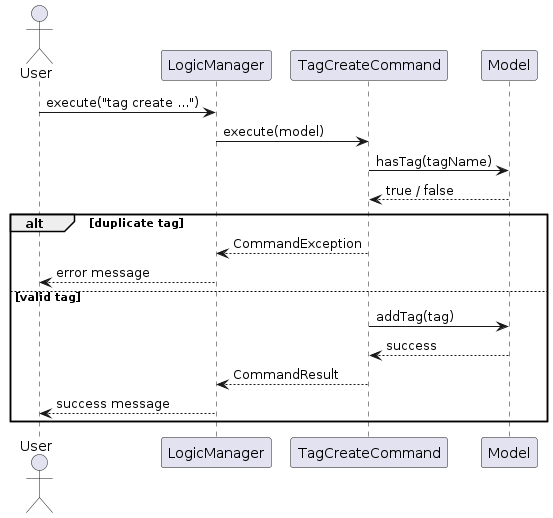
Earlier version of the PlantUML export diagrams/tag/TagCreateSequenceDiagram.png (AY2526S2-CS2103-T11-1/tp). Its source is kept beside it as diagrams/tag/TagCreateSequenceDiagram.puml. Source of this version:
```plantuml
@startuml

actor User
participant "LogicManager" as Logic
participant "TagCreateCommand" as Command
participant "Model" as Model

User -> Logic : execute("tag create ...")
Logic -> Command : execute(model)

Command -> Model : hasTag(tagName)
Model --> Command : true / false

alt duplicate tag
    Command --> Logic : CommandException
    Logic --> User : error message
else valid tag
    Command -> Model : addTag(tag)
    Model --> Command : success
    Command --> Logic : CommandResult
    Logic --> User : success message
end

@enduml
```
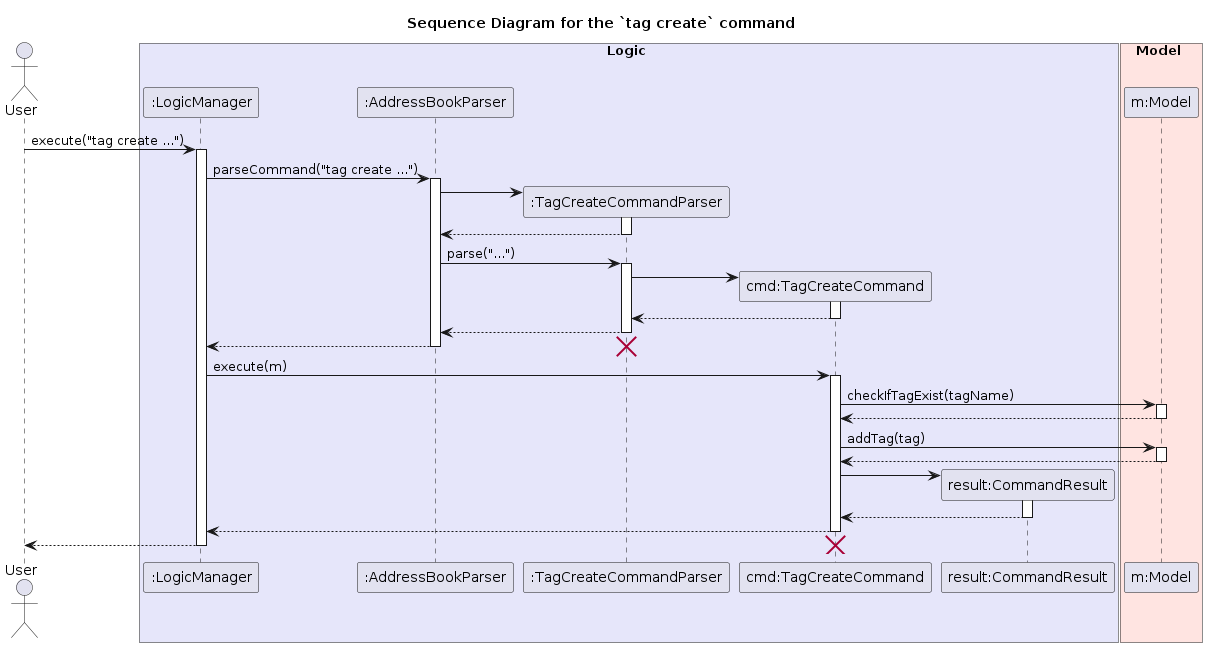
After the commit.

Diff of the diagram source:
```diff
@@ -1,24 +1,74 @@
 @startuml
+title Sequence Diagram for the `tag create` command
 
 actor User
-participant "LogicManager" as Logic
-participant "TagCreateCommand" as Command
-participant "Model" as Model
+
+box Logic #E6E6FA
+participant ":LogicManager" as Logic
+participant ":AddressBookParser" as ABParser
+participant ":TagCreateCommandParser" as Parser
+participant "cmd:TagCreateCommand" as Command
+participant "result:CommandResult" as Result
+end box
+
+box Model #FFE4E1
+participant "m:Model" as Model
+end box
 
 User -> Logic : execute("tag create ...")
-Logic -> Command : execute(model)
+activate Logic
 
-Command -> Model : hasTag(tagName)
-Model --> Command : true / false
+Logic -> ABParser : parseCommand("tag create ...")
+activate ABParser
 
-alt duplicate tag
-    Command --> Logic : CommandException
-    Logic --> User : error message
-else valid tag
-    Command -> Model : addTag(tag)
-    Model --> Command : success
-    Command --> Logic : CommandResult
-    Logic --> User : success message
-end
+create Parser
+ABParser -> Parser
+activate Parser
+
+ABParser <-- Parser
+deactivate Parser
+
+ABParser -> Parser : parse("...")
+activate Parser
+
+create Command
+Parser -> Command
+activate Command
+
+Parser <-- Command
+deactivate Command
+
+ABParser <-- Parser
+deactivate Parser
+
+Logic <-- ABParser
+destroy Parser
+deactivate ABParser
+
+Logic -> Command : execute(m)
+activate Command
+
+Command -> Model : checkIfTagExist(tagName)
+activate Model
+Model --> Command
+deactivate Model
+
+Command -> Model : addTag(tag)
+activate Model
+Model --> Command
+deactivate Model
+
+create Result
+Command -> Result
+activate Result
+Result --> Command
+deactivate Result
+
+Logic <-- Command
+deactivate Command
+
+User <-- Logic
+destroy Command
+deactivate Logic
 
 @enduml
```
